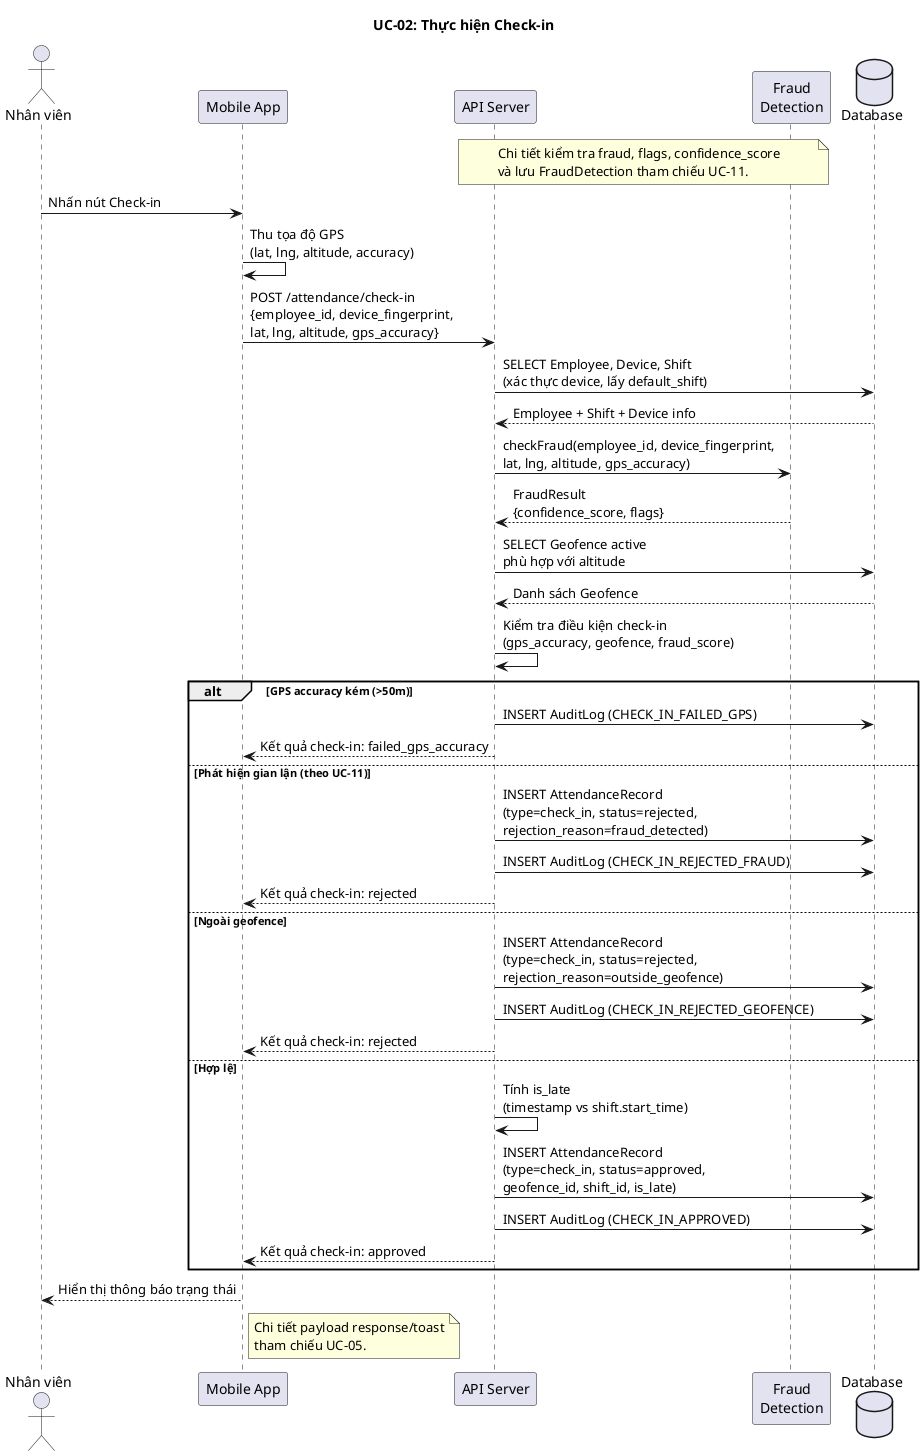
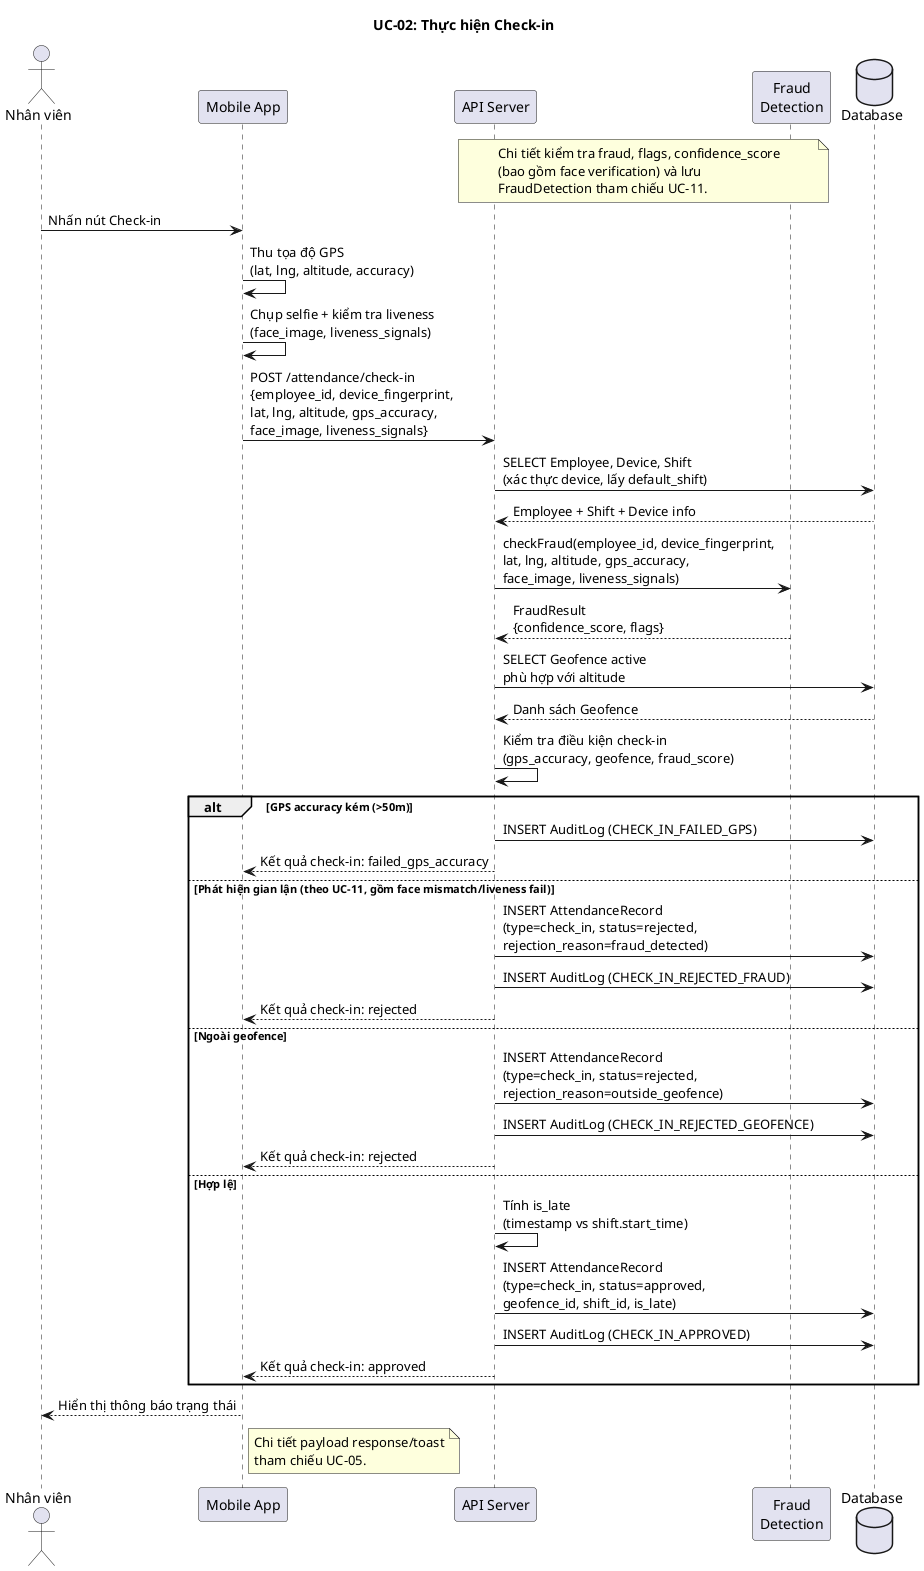
@startuml UC02_CheckIn
title UC-02: Thực hiện Check-in

actor "Nhân viên" as NV
participant "Mobile App" as App
participant "API Server" as API
participant "Fraud\nDetection" as Fraud
database "Database" as DB

note over API, Fraud
    Chi tiết kiểm tra fraud, flags, confidence_score
-     và lưu FraudDetection tham chiếu UC-11.
+     (bao gồm face verification) và lưu
+     FraudDetection tham chiếu UC-11.
end note

NV -> App : Nhấn nút Check-in
App -> App : Thu tọa độ GPS\n(lat, lng, altitude, accuracy)
- App -> API : POST /attendance/check-in\n{employee_id, device_fingerprint,\nlat, lng, altitude, gps_accuracy}
+ App -> App : Chụp selfie + kiểm tra liveness\n(face_image, liveness_signals)
+ App -> API : POST /attendance/check-in\n{employee_id, device_fingerprint,\nlat, lng, altitude, gps_accuracy,\nface_image, liveness_signals}

API -> DB : SELECT Employee, Device, Shift\n(xác thực device, lấy default_shift)
DB --> API : Employee + Shift + Device info

- API -> Fraud : checkFraud(employee_id, device_fingerprint,\nlat, lng, altitude, gps_accuracy)
+ API -> Fraud : checkFraud(employee_id, device_fingerprint,\nlat, lng, altitude, gps_accuracy,\nface_image, liveness_signals)
Fraud --> API : FraudResult\n{confidence_score, flags}

API -> DB : SELECT Geofence active\nphù hợp với altitude
DB --> API : Danh sách Geofence

API -> API : Kiểm tra điều kiện check-in\n(gps_accuracy, geofence, fraud_score)

alt GPS accuracy kém (>50m)
    API -> DB : INSERT AuditLog (CHECK_IN_FAILED_GPS)
    API --> App : Kết quả check-in: failed_gps_accuracy

- else Phát hiện gian lận (theo UC-11)
+ else Phát hiện gian lận (theo UC-11, gồm face mismatch/liveness fail)
    API -> DB : INSERT AttendanceRecord\n(type=check_in, status=rejected,\nrejection_reason=fraud_detected)
    API -> DB : INSERT AuditLog (CHECK_IN_REJECTED_FRAUD)
    API --> App : Kết quả check-in: rejected

else Ngoài geofence
    API -> DB : INSERT AttendanceRecord\n(type=check_in, status=rejected,\nrejection_reason=outside_geofence)
    API -> DB : INSERT AuditLog (CHECK_IN_REJECTED_GEOFENCE)
    API --> App : Kết quả check-in: rejected

else Hợp lệ
    API -> API : Tính is_late\n(timestamp vs shift.start_time)
    API -> DB : INSERT AttendanceRecord\n(type=check_in, status=approved,\ngeofence_id, shift_id, is_late)
    API -> DB : INSERT AuditLog (CHECK_IN_APPROVED)
    API --> App : Kết quả check-in: approved
end

App --> NV : Hiển thị thông báo trạng thái
note right of App
  Chi tiết payload response/toast
  tham chiếu UC-05.
end note

@enduml
